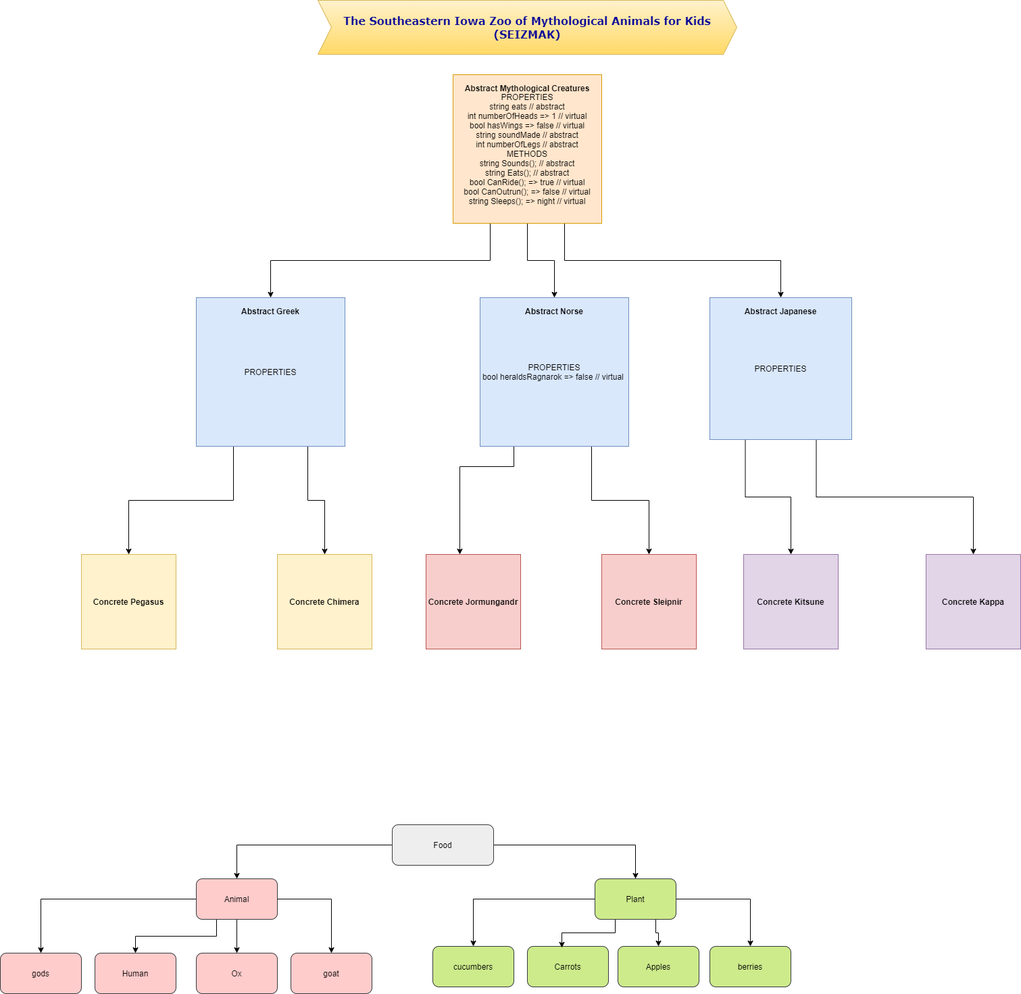
TheAgileMCB/Lab06SEIZMAKZoo keeps this draw.io diagram as assets/seizmak-zoo.png. Above is the earlier version. Source tidied: cells renumbered, new cells last; positions are measured from the earlier drawing's top-left corner, leaving out a move shared by most shapes.
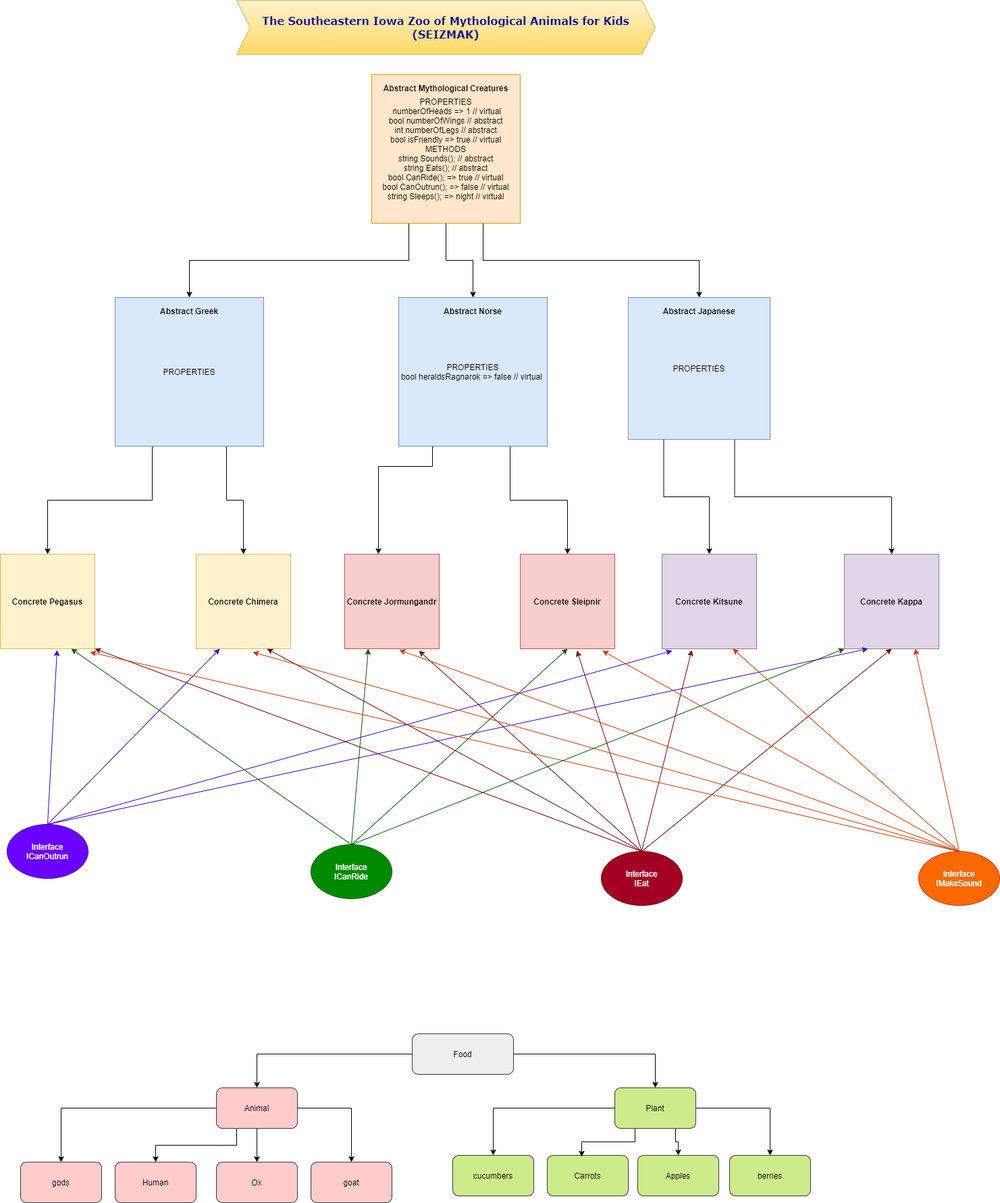
The same file after the commit.

Commit message:
moved to Interface folder

Diff of the diagram source:
```diff
@@ -11,7 +11,7 @@
     <mxCell id="4" style="edgeStyle=orthogonalEdgeStyle;rounded=0;jettySize=auto;html=1;exitX=0.75;exitY=1;exitDx=0;exitDy=0;entryX=0.5;entryY=0;entryDx=0;entryDy=0;" parent="1" edge="1" source="5" target="15">
       <mxGeometry relative="1" as="geometry" />
     </mxCell>
-    <mxCell id="5" value="PROPERTIES&lt;br&gt;string eats // abstract&lt;br&gt;int numberOfHeads =&amp;gt; 1 // virtual&lt;br&gt;bool hasWings =&amp;gt; false // virtual&lt;br&gt;string soundMade // abstract&lt;br&gt;int numberOfLegs // abstract&lt;br&gt;METHODS&lt;br&gt;string Sounds(); // abstract&lt;br&gt;string Eats(); // abstract&lt;br&gt;bool CanRide(); =&amp;gt; true // virtual&lt;br&gt;bool CanOutrun(); =&amp;gt; false // virtual&lt;br&gt;string Sleeps(); =&amp;gt; night // virtual" style="whiteSpace=wrap;html=1;fillColor=#ffe6cc;strokeColor=#d79b00;" parent="1" vertex="1">
+    <mxCell id="5" value="PROPERTIES&lt;br&gt;&amp;nbsp;numberOfHeads =&amp;gt; 1 // virtual&lt;br&gt;bool numberOfWings // abstract&lt;br&gt;int numberOfLegs // abstract&lt;br&gt;bool isFriendly =&amp;gt; true // virtual&lt;br&gt;METHODS&lt;br&gt;string Sounds(); // abstract&lt;br&gt;string Eats(); // abstract&lt;br&gt;bool CanRide(); =&amp;gt; true // virtual&lt;br&gt;bool CanOutrun(); =&amp;gt; false // virtual&lt;br&gt;string Sleeps(); =&amp;gt; night // virtual" style="whiteSpace=wrap;html=1;fillColor=#ffe6cc;strokeColor=#d79b00;" parent="1" vertex="1">
       <mxGeometry x="670" y="110" width="220" height="220" as="geometry" />
     </mxCell>
     <mxCell id="6" style="edgeStyle=orthogonalEdgeStyle;rounded=0;jettySize=auto;html=1;" parent="1" edge="1" source="8" target="19">
@@ -80,13 +80,13 @@
       <mxGeometry x="1045" y="450" width="220" height="20" as="geometry" />
     </mxCell>
     <mxCell id="26" value="Carrots" style="rounded=1;whiteSpace=wrap;html=1;fillColor=#cdeb8b;strokeColor=#36393d;" parent="1" vertex="1">
-      <mxGeometry x="780" y="1400" width="120" height="60" as="geometry" />
+      <mxGeometry x="930" y="1710" width="120" height="60" as="geometry" />
     </mxCell>
     <mxCell id="27" value="Ox" style="rounded=1;whiteSpace=wrap;html=1;fillColor=#ffcccc;strokeColor=#36393d;" parent="1" vertex="1">
-      <mxGeometry x="290" y="1410" width="120" height="60" as="geometry" />
+      <mxGeometry x="440" y="1720" width="120" height="60" as="geometry" />
     </mxCell>
     <mxCell id="28" value="Human" style="rounded=1;whiteSpace=wrap;html=1;fillColor=#ffcccc;strokeColor=#36393d;" parent="1" vertex="1">
-      <mxGeometry x="140" y="1410" width="120" height="60" as="geometry" />
+      <mxGeometry x="290" y="1720" width="120" height="60" as="geometry" />
     </mxCell>
     <mxCell id="29" style="edgeStyle=orthogonalEdgeStyle;rounded=0;jettySize=auto;html=1;entryX=0.5;entryY=0;entryDx=0;entryDy=0;" parent="1" edge="1" source="33" target="43">
       <mxGeometry relative="1" as="geometry" />
@@ -101,7 +101,7 @@
       <mxGeometry relative="1" as="geometry" />
     </mxCell>
     <mxCell id="33" value="Plant" style="rounded=1;whiteSpace=wrap;html=1;fillColor=#cdeb8b;strokeColor=#36393d;" parent="1" vertex="1">
-      <mxGeometry x="880" y="1300" width="120" height="60" as="geometry" />
+      <mxGeometry x="1030" y="1610" width="120" height="60" as="geometry" />
     </mxCell>
     <mxCell id="34" style="edgeStyle=orthogonalEdgeStyle;rounded=0;jettySize=auto;html=1;exitX=1;exitY=0.5;exitDx=0;exitDy=0;entryX=0.5;entryY=0;entryDx=0;entryDy=0;" parent="1" edge="1" source="38" target="44">
       <mxGeometry relative="1" as="geometry" />
@@ -116,7 +116,7 @@
       <mxGeometry relative="1" as="geometry" />
     </mxCell>
     <mxCell id="38" value="Animal" style="rounded=1;whiteSpace=wrap;html=1;fillColor=#ffcccc;strokeColor=#36393d;" parent="1" vertex="1">
-      <mxGeometry x="290" y="1300" width="120" height="60" as="geometry" />
+      <mxGeometry x="440" y="1610" width="120" height="60" as="geometry" />
     </mxCell>
     <mxCell id="39" style="edgeStyle=orthogonalEdgeStyle;rounded=0;jettySize=auto;html=1;exitX=0;exitY=0.5;exitDx=0;exitDy=0;entryX=0.5;entryY=0;entryDx=0;entryDy=0;" parent="1" edge="1" source="41" target="38">
       <mxGeometry relative="1" as="geometry" />
@@ -125,22 +125,98 @@
       <mxGeometry relative="1" as="geometry" />
     </mxCell>
     <mxCell id="41" value="Food" style="rounded=1;whiteSpace=wrap;html=1;fillColor=#eeeeee;strokeColor=#36393d;" parent="1" vertex="1">
-      <mxGeometry x="580" y="1220" width="150" height="60" as="geometry" />
+      <mxGeometry x="730" y="1530" width="150" height="60" as="geometry" />
     </mxCell>
     <mxCell id="42" value="Apples" style="rounded=1;whiteSpace=wrap;html=1;fillColor=#cdeb8b;strokeColor=#36393d;" parent="1" vertex="1">
-      <mxGeometry x="914" y="1400" width="120" height="60" as="geometry" />
+      <mxGeometry x="1064" y="1710" width="120" height="60" as="geometry" />
     </mxCell>
     <mxCell id="43" value="cucumbers" style="rounded=1;whiteSpace=wrap;html=1;fillColor=#cdeb8b;strokeColor=#36393d;" parent="1" vertex="1">
-      <mxGeometry x="640" y="1400" width="120" height="60" as="geometry" />
+      <mxGeometry x="790" y="1710" width="120" height="60" as="geometry" />
     </mxCell>
     <mxCell id="44" value="goat" style="rounded=1;whiteSpace=wrap;html=1;fillColor=#ffcccc;strokeColor=#36393d;" parent="1" vertex="1">
-      <mxGeometry x="430" y="1410" width="120" height="60" as="geometry" />
+      <mxGeometry x="580" y="1720" width="120" height="60" as="geometry" />
     </mxCell>
     <mxCell id="45" value="berries" style="rounded=1;whiteSpace=wrap;html=1;fillColor=#cdeb8b;strokeColor=#36393d;" parent="1" vertex="1">
-      <mxGeometry x="1050" y="1400" width="120" height="60" as="geometry" />
+      <mxGeometry x="1200" y="1710" width="120" height="60" as="geometry" />
     </mxCell>
     <mxCell id="46" value="gods" style="rounded=1;whiteSpace=wrap;html=1;fillColor=#ffcccc;strokeColor=#36393d;" parent="1" vertex="1">
-      <mxGeometry y="1410" width="120" height="60" as="geometry" />
+      <mxGeometry x="150" y="1720" width="120" height="60" as="geometry" />
     </mxCell>
+    <mxCell id="47" value="Interface&lt;br&gt;IEat" style="ellipse;whiteSpace=wrap;html=1;fillColor=#a20025;strokeColor=#6F0000;fontColor=#ffffff;" parent="1" vertex="1">
+      <mxGeometry x="1010" y="1260" width="120" height="80" as="geometry" />
+    </mxCell>
+    <mxCell id="48" value="Interface&lt;br&gt;ICanOutrun" style="ellipse;whiteSpace=wrap;html=1;fillColor=#6a00ff;strokeColor=#3700CC;fontColor=#ffffff;" parent="1" vertex="1">
+      <mxGeometry x="130" y="1220" width="120" height="80" as="geometry" />
+    </mxCell>
+    <mxCell id="49" value="Interface&lt;br&gt;ICanRide" style="ellipse;whiteSpace=wrap;html=1;fillColor=#008a00;strokeColor=#005700;fontColor=#ffffff;" parent="1" vertex="1">
+      <mxGeometry x="580" y="1250" width="120" height="80" as="geometry" />
+    </mxCell>
+    <mxCell id="50" value="Interface&lt;br&gt;IMakeSound" style="ellipse;whiteSpace=wrap;html=1;fillColor=#fa6800;strokeColor=#C73500;fontColor=#ffffff;" parent="1" vertex="1">
+      <mxGeometry x="1480" y="1260" width="120" height="80" as="geometry" />
+    </mxCell>
+    <mxCell id="51" style="endArrow=classic;html=1;exitX=0.5;exitY=0;exitDx=0;exitDy=0;entryX=0.107;entryY=1.021;entryDx=0;entryDy=0;entryPerimeter=0;fillColor=#6a00ff;strokeColor=#3700CC;" parent="1" edge="1" source="48" target="9">
+      <mxGeometry relative="1" as="geometry" />
+    </mxCell>
+    <mxCell id="52" style="endArrow=classic;html=1;entryX=0.6;entryY=1.014;entryDx=0;entryDy=0;entryPerimeter=0;fillColor=#6a00ff;strokeColor=#3700CC;exitX=0.5;exitY=0;exitDx=0;exitDy=0;" parent="1" edge="1" source="48" target="16">
+      <mxGeometry relative="1" as="geometry" />
+    </mxCell>
+    <mxCell id="53" style="endArrow=classic;html=1;entryX=0.25;entryY=1;entryDx=0;entryDy=0;fillColor=#6a00ff;strokeColor=#3700CC;exitX=0.5;exitY=0;exitDx=0;exitDy=0;" parent="1" edge="1" source="48" target="18">
+      <mxGeometry relative="1" as="geometry" />
+    </mxCell>
+    <mxCell id="54" style="endArrow=classic;html=1;entryX=0.25;entryY=1;entryDx=0;entryDy=0;fillColor=#6a00ff;strokeColor=#3700CC;exitX=0.5;exitY=0;exitDx=0;exitDy=0;" parent="1" edge="1" source="48" target="17">
+      <mxGeometry relative="1" as="geometry" />
+    </mxCell>
+    <mxCell id="55" style="endArrow=classic;html=1;entryX=0.75;entryY=1;entryDx=0;entryDy=0;exitX=0.5;exitY=0;exitDx=0;exitDy=0;fillColor=#008a00;strokeColor=#005700;" parent="1" edge="1" source="49" target="16">
+      <mxGeometry relative="1" as="geometry" />
+    </mxCell>
+    <mxCell id="56" style="endArrow=classic;html=1;entryX=0;entryY=1;entryDx=0;entryDy=0;exitX=0.5;exitY=0;exitDx=0;exitDy=0;fillColor=#008a00;strokeColor=#005700;" parent="1" edge="1" source="49" target="17">
+      <mxGeometry relative="1" as="geometry" />
+    </mxCell>
+    <mxCell id="57" style="endArrow=classic;html=1;entryX=0.5;entryY=1;entryDx=0;entryDy=0;fillColor=#008a00;strokeColor=#005700;exitX=0.5;exitY=0;exitDx=0;exitDy=0;" parent="1" edge="1" source="49" target="20">
+      <mxGeometry relative="1" as="geometry" />
+    </mxCell>
+    <mxCell id="58" style="endArrow=classic;html=1;entryX=0.25;entryY=1;entryDx=0;entryDy=0;fillColor=#008a00;strokeColor=#005700;exitX=0.5;exitY=0;exitDx=0;exitDy=0;" parent="1" edge="1" source="49" target="19">
+      <mxGeometry relative="1" as="geometry" />
+    </mxCell>
+    <mxCell id="59" style="endArrow=classic;html=1;exitX=0.5;exitY=0;exitDx=0;exitDy=0;entryX=1;entryY=1;entryDx=0;entryDy=0;fillColor=#a20025;strokeColor=#6F0000;" parent="1" edge="1" source="47" target="16">
+      <mxGeometry relative="1" as="geometry" />
+    </mxCell>
+    <mxCell id="60" style="endArrow=classic;html=1;entryX=0.75;entryY=1;entryDx=0;entryDy=0;fillColor=#a20025;strokeColor=#6F0000;exitX=0.5;exitY=0;exitDx=0;exitDy=0;" parent="1" edge="1" source="47" target="18">
+      <mxGeometry relative="1" as="geometry" />
+    </mxCell>
+    <mxCell id="61" style="endArrow=classic;html=1;fillColor=#a20025;strokeColor=#6F0000;exitX=0.5;exitY=0;exitDx=0;exitDy=0;" parent="1" edge="1" source="47">
+      <mxGeometry relative="1" as="geometry">
+        <mxPoint x="740" y="963" as="targetPoint" />
+      </mxGeometry>
+    </mxCell>
+    <mxCell id="62" style="endArrow=classic;html=1;entryX=0.6;entryY=1.021;entryDx=0;entryDy=0;entryPerimeter=0;fillColor=#a20025;strokeColor=#6F0000;exitX=0.5;exitY=0;exitDx=0;exitDy=0;" parent="1" edge="1" source="47" target="20">
+      <mxGeometry relative="1" as="geometry" />
+    </mxCell>
+    <mxCell id="63" style="endArrow=classic;html=1;entryX=0.314;entryY=1.014;entryDx=0;entryDy=0;entryPerimeter=0;fillColor=#a20025;strokeColor=#6F0000;" parent="1" edge="1" target="9">
+      <mxGeometry relative="1" as="geometry">
+        <mxPoint x="1070" y="1259" as="sourcePoint" />
+      </mxGeometry>
+    </mxCell>
+    <mxCell id="64" style="endArrow=classic;html=1;entryX=0.5;entryY=1;entryDx=0;entryDy=0;fillColor=#a20025;strokeColor=#6F0000;exitX=0.5;exitY=0;exitDx=0;exitDy=0;" parent="1" edge="1" source="47" target="17">
+      <mxGeometry relative="1" as="geometry" />
+    </mxCell>
+    <mxCell id="65" style="endArrow=classic;html=1;entryX=0.579;entryY=1.014;entryDx=0;entryDy=0;entryPerimeter=0;exitX=0.5;exitY=0;exitDx=0;exitDy=0;fillColor=#fa6800;strokeColor=#C73500;" parent="1" edge="1" source="50" target="19">
+      <mxGeometry relative="1" as="geometry" />
+    </mxCell>
+    <mxCell id="66" style="endArrow=classic;html=1;entryX=0.871;entryY=1.021;entryDx=0;entryDy=0;entryPerimeter=0;fillColor=#fa6800;strokeColor=#C73500;exitX=0.5;exitY=0;exitDx=0;exitDy=0;" parent="1" edge="1" source="50" target="20">
+      <mxGeometry relative="1" as="geometry" />
+    </mxCell>
+    <mxCell id="67" style="endArrow=classic;html=1;entryX=0.75;entryY=1;entryDx=0;entryDy=0;exitX=0.5;exitY=0;exitDx=0;exitDy=0;fillColor=#fa6800;strokeColor=#C73500;" parent="1" edge="1" source="50" target="9">
+      <mxGeometry relative="1" as="geometry" />
+    </mxCell>
+    <mxCell id="68" style="endArrow=classic;html=1;entryX=0.75;entryY=1;entryDx=0;entryDy=0;fillColor=#fa6800;strokeColor=#C73500;exitX=0.5;exitY=0;exitDx=0;exitDy=0;" parent="1" edge="1" source="50" target="17">
+      <mxGeometry relative="1" as="geometry" />
+    </mxCell>
+    <mxCell id="69" style="endArrow=classic;html=1;entryX=0.6;entryY=1.036;entryDx=0;entryDy=0;entryPerimeter=0;fillColor=#fa6800;strokeColor=#C73500;exitX=0.5;exitY=0;exitDx=0;exitDy=0;" parent="1" edge="1" source="50" target="18">
+      <mxGeometry relative="1" as="geometry" />
+    </mxCell>
+    <mxCell id="70" style="endArrow=classic;html=1;entryX=0.95;entryY=1.036;entryDx=0;entryDy=0;entryPerimeter=0;fillColor=#fa6800;strokeColor=#C73500;exitX=0.5;exitY=0;exitDx=0;exitDy=0;" parent="1" edge="1" source="50" target="16">
+      <mxGeometry relative="1" as="geometry" />
+    </mxCell>
   </root>
 </mxGraphModel>
```
